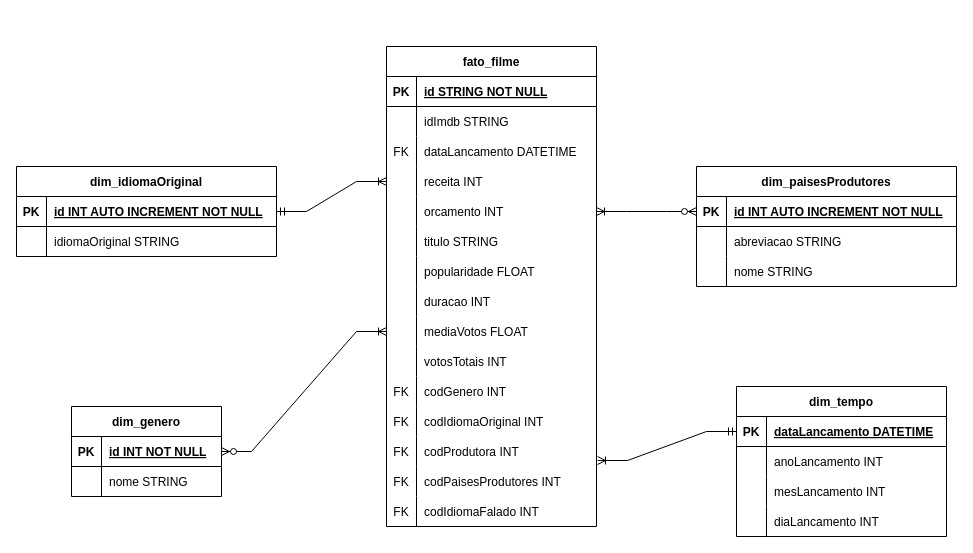
Above: Desafio/etapa-3/modelagem.drawio in BpCampos/Pb_UOL_Compass (draw.io), before the change. Source tidied: cells renumbered, new cells numbered last; positions are measured from the earlier drawing's top-left corner, leaving out a move shared by most shapes. Both pictures are drawn from the tidied source at 100%, with x=0, y=0 at pixel (16, 46).
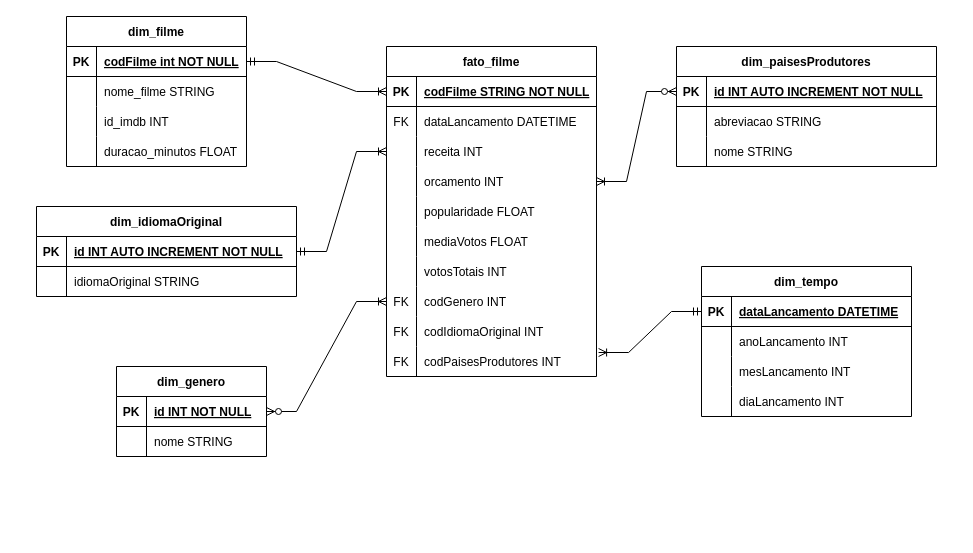
Above is the later version.

Unchanged cells that the change refers to:
```xml
<mxCell id="3" style="shape=tableRow;horizontal=0;startSize=0;swimlaneHead=0;swimlaneBody=0;fillColor=none;points=[[0,0.5],[1,0.5]];portConstraint=eastwest;strokeColor=inherit;top=0;left=0;right=0;bottom=1;" parent="2" vertex="1">
  <mxGeometry y="30" width="150" height="30" as="geometry" />
</mxCell>
<mxCell id="27" style="shape=tableRow;horizontal=0;startSize=0;swimlaneHead=0;swimlaneBody=0;fillColor=none;points=[[0,0.5],[1,0.5]];portConstraint=eastwest;strokeColor=inherit;top=0;left=0;right=0;bottom=1;" parent="26" vertex="1">
  <mxGeometry y="30" width="210" height="30" as="geometry" />
</mxCell>
<mxCell id="40" style="shape=tableRow;horizontal=0;startSize=0;swimlaneHead=0;swimlaneBody=0;fillColor=none;points=[[0,0.5],[1,0.5]];portConstraint=eastwest;strokeColor=inherit;top=0;left=0;right=0;bottom=1;" parent="39" vertex="1">
  <mxGeometry y="30" width="210" height="30" as="geometry" />
</mxCell>
```

The edit, as a diff of the source:
```diff
@@
     <mxCell id="2" value="dim_genero" style="shape=table;startSize=30;childLayout=tableLayout;rowLines=0;fontStyle=1;align=center;" parent="1" vertex="1">
-      <mxGeometry x="55" y="360" width="150" height="90" as="geometry" />
+      <mxGeometry x="100" y="320" width="150" height="90" as="geometry" />
     </mxCell>
@@
     <mxCell id="9" value="dim_idiomaOriginal" style="shape=table;startSize=30;childLayout=tableLayout;rowLines=0;fontStyle=1;align=center;" parent="1" vertex="1">
-      <mxGeometry y="120" width="260" height="90" as="geometry" />
+      <mxGeometry x="20" y="160" width="260" height="90" as="geometry" />
     </mxCell>
@@
     <mxCell id="16" value="dim_paisesProdutores" style="shape=table;startSize=30;childLayout=tableLayout;rowLines=0;fontStyle=1;align=center;" parent="1" vertex="1">
-      <mxGeometry x="680" y="120" width="260" height="120" as="geometry" />
+      <mxGeometry x="660" width="260" height="120" as="geometry" />
     </mxCell>
@@
     <mxCell id="26" value="dim_tempo" style="shape=table;startSize=30;childLayout=tableLayout;rowLines=0;fontStyle=1;align=center;" parent="1" vertex="1">
-      <mxGeometry x="720" y="340" width="210" height="150" as="geometry" />
+      <mxGeometry x="685" y="220" width="210" height="150" as="geometry" />
     </mxCell>
@@
     <mxCell id="39" value="fato_filme" style="shape=table;startSize=30;childLayout=tableLayout;rowLines=0;fontStyle=1;align=center;" parent="1" vertex="1">
-      <mxGeometry x="370" width="210" height="480" as="geometry" />
+      <mxGeometry x="370" width="210" height="330" as="geometry" />
     </mxCell>
@@
-    <mxCell id="42" value="id STRING NOT NULL" style="shape=partialRectangle;overflow=hidden;fillColor=none;align=left;strokeColor=inherit;top=0;left=0;bottom=0;right=0;spacingLeft=6;fontStyle=5;" parent="40" vertex="1">
+    <mxCell id="42" value="codFilme STRING NOT NULL" style="shape=partialRectangle;overflow=hidden;fillColor=none;align=left;strokeColor=inherit;top=0;left=0;bottom=0;right=0;spacingLeft=6;fontStyle=5;" parent="40" vertex="1">
       <mxGeometry x="30" width="180" height="30" as="geometry" />
     </mxCell>
-    <mxCell id="43" style="shape=tableRow;horizontal=0;startSize=0;swimlaneHead=0;swimlaneBody=0;fillColor=none;strokeColor=inherit;top=0;left=0;right=0;bottom=0;" parent="39" vertex="1">
-      <mxGeometry y="60" width="210" height="30" as="geometry" />
-    </mxCell>
-    <mxCell id="44" style="shape=partialRectangle;overflow=hidden;fillColor=none;strokeColor=inherit;top=0;left=0;bottom=0;right=0;" parent="43" vertex="1">
-      <mxGeometry width="30" height="30" as="geometry" />
-    </mxCell>
-    <mxCell id="45" value="idImdb STRING" style="shape=partialRectangle;overflow=hidden;fillColor=none;align=left;strokeColor=inherit;top=0;left=0;bottom=0;right=0;spacingLeft=6;" parent="43" vertex="1">
-      <mxGeometry x="30" width="180" height="30" as="geometry" />
-    </mxCell>
     <mxCell id="46" style="shape=tableRow;horizontal=0;startSize=0;swimlaneHead=0;swimlaneBody=0;fillColor=none;strokeColor=inherit;top=0;left=0;right=0;bottom=0;" parent="39" vertex="1">
-      <mxGeometry y="90" width="210" height="30" as="geometry" />
+      <mxGeometry y="60" width="210" height="30" as="geometry" />
     </mxCell>
@@
     <mxCell id="49" style="shape=tableRow;horizontal=0;startSize=0;swimlaneHead=0;swimlaneBody=0;fillColor=none;points=[[0,0.5],[1,0.5]];portConstraint=eastwest;strokeColor=inherit;top=0;left=0;right=0;bottom=0;" parent="39" vertex="1">
-      <mxGeometry y="120" width="210" height="30" as="geometry" />
+      <mxGeometry y="90" width="210" height="30" as="geometry" />
     </mxCell>
@@
     <mxCell id="52" style="shape=tableRow;horizontal=0;startSize=0;swimlaneHead=0;swimlaneBody=0;fillColor=none;points=[[0,0.5],[1,0.5]];portConstraint=eastwest;strokeColor=inherit;top=0;left=0;right=0;bottom=0;" parent="39" vertex="1">
-      <mxGeometry y="150" width="210" height="30" as="geometry" />
+      <mxGeometry y="120" width="210" height="30" as="geometry" />
     </mxCell>
@@
-    <mxCell id="55" style="shape=tableRow;horizontal=0;startSize=0;swimlaneHead=0;swimlaneBody=0;fillColor=none;strokeColor=inherit;top=0;left=0;right=0;bottom=0;" parent="39" vertex="1">
-      <mxGeometry y="180" width="210" height="30" as="geometry" />
-    </mxCell>
-    <mxCell id="56" style="shape=partialRectangle;overflow=hidden;fillColor=none;strokeColor=inherit;top=0;left=0;bottom=0;right=0;" parent="55" vertex="1">
-      <mxGeometry width="30" height="30" as="geometry" />
-    </mxCell>
-    <mxCell id="57" value="titulo STRING" style="shape=partialRectangle;overflow=hidden;fillColor=none;align=left;strokeColor=inherit;top=0;left=0;bottom=0;right=0;spacingLeft=6;" parent="55" vertex="1">
-      <mxGeometry x="30" width="180" height="30" as="geometry" />
-    </mxCell>
     <mxCell id="58" style="shape=tableRow;horizontal=0;startSize=0;swimlaneHead=0;swimlaneBody=0;fillColor=none;strokeColor=inherit;top=0;left=0;right=0;bottom=0;" parent="39" vertex="1">
-      <mxGeometry y="210" width="210" height="30" as="geometry" />
+      <mxGeometry y="150" width="210" height="30" as="geometry" />
     </mxCell>
@@
-    <mxCell id="61" style="shape=tableRow;horizontal=0;startSize=0;swimlaneHead=0;swimlaneBody=0;fillColor=none;strokeColor=inherit;top=0;left=0;right=0;bottom=0;" parent="39" vertex="1">
-      <mxGeometry y="240" width="210" height="30" as="geometry" />
-    </mxCell>
-    <mxCell id="62" style="shape=partialRectangle;overflow=hidden;fillColor=none;strokeColor=inherit;top=0;left=0;bottom=0;right=0;" parent="61" vertex="1">
-      <mxGeometry width="30" height="30" as="geometry" />
-    </mxCell>
-    <mxCell id="63" value="duracao INT" style="shape=partialRectangle;overflow=hidden;fillColor=none;align=left;strokeColor=inherit;top=0;left=0;bottom=0;right=0;spacingLeft=6;" parent="61" vertex="1">
-      <mxGeometry x="30" width="180" height="30" as="geometry" />
-    </mxCell>
     <mxCell id="64" style="shape=tableRow;horizontal=0;startSize=0;swimlaneHead=0;swimlaneBody=0;fillColor=none;points=[[0,0.5],[1,0.5]];portConstraint=eastwest;strokeColor=inherit;top=0;left=0;right=0;bottom=0;" parent="39" vertex="1">
-      <mxGeometry y="270" width="210" height="30" as="geometry" />
+      <mxGeometry y="180" width="210" height="30" as="geometry" />
     </mxCell>
@@
     <mxCell id="67" style="shape=tableRow;horizontal=0;startSize=0;swimlaneHead=0;swimlaneBody=0;fillColor=none;strokeColor=inherit;top=0;left=0;right=0;bottom=0;" parent="39" vertex="1">
-      <mxGeometry y="300" width="210" height="30" as="geometry" />
+      <mxGeometry y="210" width="210" height="30" as="geometry" />
     </mxCell>
@@
     <mxCell id="70" style="shape=tableRow;horizontal=0;startSize=0;swimlaneHead=0;swimlaneBody=0;fillColor=none;points=[[0,0.5],[1,0.5]];portConstraint=eastwest;strokeColor=inherit;top=0;left=0;right=0;bottom=0;" parent="39" vertex="1">
-      <mxGeometry y="330" width="210" height="30" as="geometry" />
+      <mxGeometry y="240" width="210" height="30" as="geometry" />
     </mxCell>
@@
     <mxCell id="73" style="shape=tableRow;horizontal=0;startSize=0;swimlaneHead=0;swimlaneBody=0;fillColor=none;strokeColor=inherit;top=0;left=0;right=0;bottom=0;" parent="39" vertex="1">
-      <mxGeometry y="360" width="210" height="30" as="geometry" />
+      <mxGeometry y="270" width="210" height="30" as="geometry" />
     </mxCell>
@@
-    <mxCell id="76" style="shape=tableRow;horizontal=0;startSize=0;swimlaneHead=0;swimlaneBody=0;fillColor=none;points=[[0,0.5],[1,0.5]];portConstraint=eastwest;strokeColor=inherit;top=0;left=0;right=0;bottom=0;" parent="39" vertex="1">
-      <mxGeometry y="390" width="210" height="30" as="geometry" />
-    </mxCell>
-    <mxCell id="77" value="FK" style="shape=partialRectangle;overflow=hidden;fillColor=none;strokeColor=inherit;top=0;left=0;bottom=0;right=0;" parent="76" vertex="1">
-      <mxGeometry width="30" height="30" as="geometry" />
-    </mxCell>
-    <mxCell id="78" value="codProdutora INT" style="shape=partialRectangle;overflow=hidden;fillColor=none;align=left;strokeColor=inherit;top=0;left=0;bottom=0;right=0;spacingLeft=6;" parent="76" vertex="1">
-      <mxGeometry x="30" width="180" height="30" as="geometry" />
-    </mxCell>
     <mxCell id="79" style="shape=tableRow;horizontal=0;startSize=0;swimlaneHead=0;swimlaneBody=0;fillColor=none;points=[[0,0.5],[1,0.5]];portConstraint=eastwest;strokeColor=inherit;top=0;left=0;right=0;bottom=0;" parent="39" vertex="1">
-      <mxGeometry y="420" width="210" height="30" as="geometry" />
+      <mxGeometry y="300" width="210" height="30" as="geometry" />
     </mxCell>
@@
-    <mxCell id="82" style="shape=tableRow;horizontal=0;startSize=0;swimlaneHead=0;swimlaneBody=0;fillColor=none;strokeColor=inherit;top=0;left=0;right=0;bottom=0;" parent="39" vertex="1">
-      <mxGeometry y="450" width="210" height="30" as="geometry" />
-    </mxCell>
-    <mxCell id="83" value="FK" style="shape=partialRectangle;overflow=hidden;fillColor=none;strokeColor=inherit;top=0;left=0;bottom=0;right=0;" parent="82" vertex="1">
-      <mxGeometry width="30" height="30" as="geometry" />
-    </mxCell>
-    <mxCell id="84" value="codIdiomaFalado INT" style="shape=partialRectangle;overflow=hidden;fillColor=none;align=left;strokeColor=inherit;top=0;left=0;bottom=0;right=0;spacingLeft=6;" parent="82" vertex="1">
-      <mxGeometry x="30" width="180" height="30" as="geometry" />
-    </mxCell>
@@
-    <mxCell id="86" style="edgeStyle=entityRelationEdgeStyle;fontSize=12;html=1;endArrow=ERoneToMany;startArrow=ERmandOne;rounded=0;exitX=0;exitY=0.5;exitDx=0;exitDy=0;entryX=1.005;entryY=0.8;entryDx=0;entryDy=0;entryPerimeter=0;" parent="1" edge="1" source="27" target="76">
+    <mxCell id="86" style="edgeStyle=entityRelationEdgeStyle;fontSize=12;html=1;endArrow=ERoneToMany;startArrow=ERmandOne;rounded=0;exitX=0;exitY=0.5;exitDx=0;exitDy=0;entryX=1.01;entryY=0.2;entryDx=0;entryDy=0;entryPerimeter=0;" parent="1" edge="1" source="27" target="79">
       <mxGeometry relative="1" as="geometry" />
     </mxCell>
-    <mxCell id="87" style="edgeStyle=entityRelationEdgeStyle;fontSize=12;html=1;endArrow=ERoneToMany;startArrow=ERzeroToMany;rounded=0;exitX=1;exitY=0.5;exitDx=0;exitDy=0;entryX=0;entryY=0.5;entryDx=0;entryDy=0;" parent="1" edge="1" source="3" target="64">
+    <mxCell id="87" style="edgeStyle=entityRelationEdgeStyle;fontSize=12;html=1;endArrow=ERoneToMany;startArrow=ERzeroToMany;rounded=0;exitX=1;exitY=0.5;exitDx=0;exitDy=0;entryX=0;entryY=0.5;entryDx=0;entryDy=0;" parent="1" edge="1" source="3" target="70">
       <mxGeometry relative="1" as="geometry" />
     </mxCell>
@@
+    <mxCell id="89" style="edgeStyle=entityRelationEdgeStyle;fontSize=12;html=1;endArrow=ERoneToMany;startArrow=ERmandOne;rounded=0;exitX=1;exitY=0.5;exitDx=0;exitDy=0;entryX=0;entryY=0.5;entryDx=0;entryDy=0;" parent="1" edge="1" source="91" target="40">
+      <mxGeometry relative="1" as="geometry" />
+    </mxCell>
+    <mxCell id="90" value="dim_filme" style="shape=table;startSize=30;childLayout=tableLayout;rowLines=0;fontStyle=1;align=center;" parent="1" vertex="1">
+      <mxGeometry x="50" y="-30" width="180" height="150" as="geometry" />
+    </mxCell>
+    <mxCell id="91" style="shape=tableRow;horizontal=0;startSize=0;swimlaneHead=0;swimlaneBody=0;fillColor=none;points=[[0,0.5],[1,0.5]];portConstraint=eastwest;strokeColor=inherit;top=0;left=0;right=0;bottom=1;" parent="90" vertex="1">
+      <mxGeometry y="30" width="180" height="30" as="geometry" />
+    </mxCell>
+    <mxCell id="92" value="PK" style="shape=partialRectangle;overflow=hidden;fillColor=none;strokeColor=inherit;top=0;left=0;bottom=0;right=0;fontStyle=1;" parent="91" vertex="1">
+      <mxGeometry width="30" height="30" as="geometry" />
+    </mxCell>
+    <mxCell id="93" value="codFilme int NOT NULL " style="shape=partialRectangle;overflow=hidden;fillColor=none;align=left;strokeColor=inherit;top=0;left=0;bottom=0;right=0;spacingLeft=6;fontStyle=5;" parent="91" vertex="1">
+      <mxGeometry x="30" width="150" height="30" as="geometry" />
+    </mxCell>
+    <mxCell id="94" style="shape=tableRow;horizontal=0;startSize=0;swimlaneHead=0;swimlaneBody=0;fillColor=none;strokeColor=inherit;top=0;left=0;right=0;bottom=0;" parent="90" vertex="1">
+      <mxGeometry y="60" width="180" height="30" as="geometry" />
+    </mxCell>
+    <mxCell id="95" style="shape=partialRectangle;overflow=hidden;fillColor=none;strokeColor=inherit;top=0;left=0;bottom=0;right=0;" parent="94" vertex="1">
+      <mxGeometry width="30" height="30" as="geometry" />
+    </mxCell>
+    <mxCell id="96" value="nome_filme STRING" style="shape=partialRectangle;overflow=hidden;fillColor=none;align=left;strokeColor=inherit;top=0;left=0;bottom=0;right=0;spacingLeft=6;" parent="94" vertex="1">
+      <mxGeometry x="30" width="150" height="30" as="geometry" />
+    </mxCell>
+    <mxCell id="97" style="shape=tableRow;horizontal=0;startSize=0;swimlaneHead=0;swimlaneBody=0;fillColor=none;strokeColor=inherit;top=0;left=0;right=0;bottom=0;" parent="90" vertex="1">
+      <mxGeometry y="90" width="180" height="30" as="geometry" />
+    </mxCell>
+    <mxCell id="98" style="shape=partialRectangle;overflow=hidden;fillColor=none;strokeColor=inherit;top=0;left=0;bottom=0;right=0;" parent="97" vertex="1">
+      <mxGeometry width="30" height="30" as="geometry" />
+    </mxCell>
+    <mxCell id="99" value="id_imdb INT" style="shape=partialRectangle;overflow=hidden;fillColor=none;align=left;strokeColor=inherit;top=0;left=0;bottom=0;right=0;spacingLeft=6;" parent="97" vertex="1">
+      <mxGeometry x="30" width="150" height="30" as="geometry" />
+    </mxCell>
+    <mxCell id="100" style="shape=tableRow;horizontal=0;startSize=0;swimlaneHead=0;swimlaneBody=0;fillColor=none;strokeColor=inherit;top=0;left=0;right=0;bottom=0;" parent="90" vertex="1">
+      <mxGeometry y="120" width="180" height="30" as="geometry" />
+    </mxCell>
+    <mxCell id="101" style="shape=partialRectangle;overflow=hidden;fillColor=none;strokeColor=inherit;top=0;left=0;bottom=0;right=0;" parent="100" vertex="1">
+      <mxGeometry width="30" height="30" as="geometry" />
+    </mxCell>
+    <mxCell id="102" value="duracao_minutos FLOAT" style="shape=partialRectangle;overflow=hidden;fillColor=none;align=left;strokeColor=inherit;top=0;left=0;bottom=0;right=0;spacingLeft=6;" parent="100" vertex="1">
+      <mxGeometry x="30" width="150" height="30" as="geometry" />
+    </mxCell>
```
